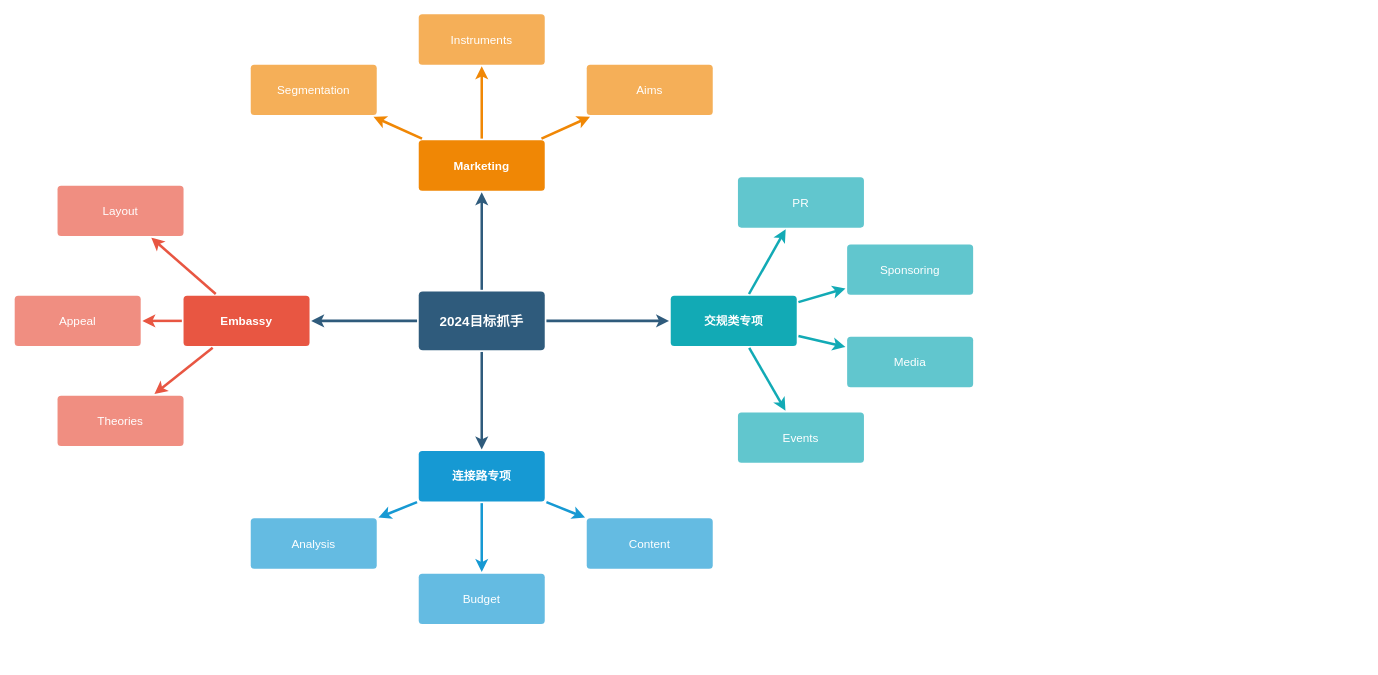
The draw.io diagram 2024工作目标抓手.drawio in chaijinsong/draw.io, before the edit. Source tidied: cells renumbered, new cells numbered last; positions are measured from the earlier drawing's top-left corner, leaving out a move shared by most shapes. Both pictures are drawn from the tidied source at 84%, with x=0, y=0 at pixel (14, 13).
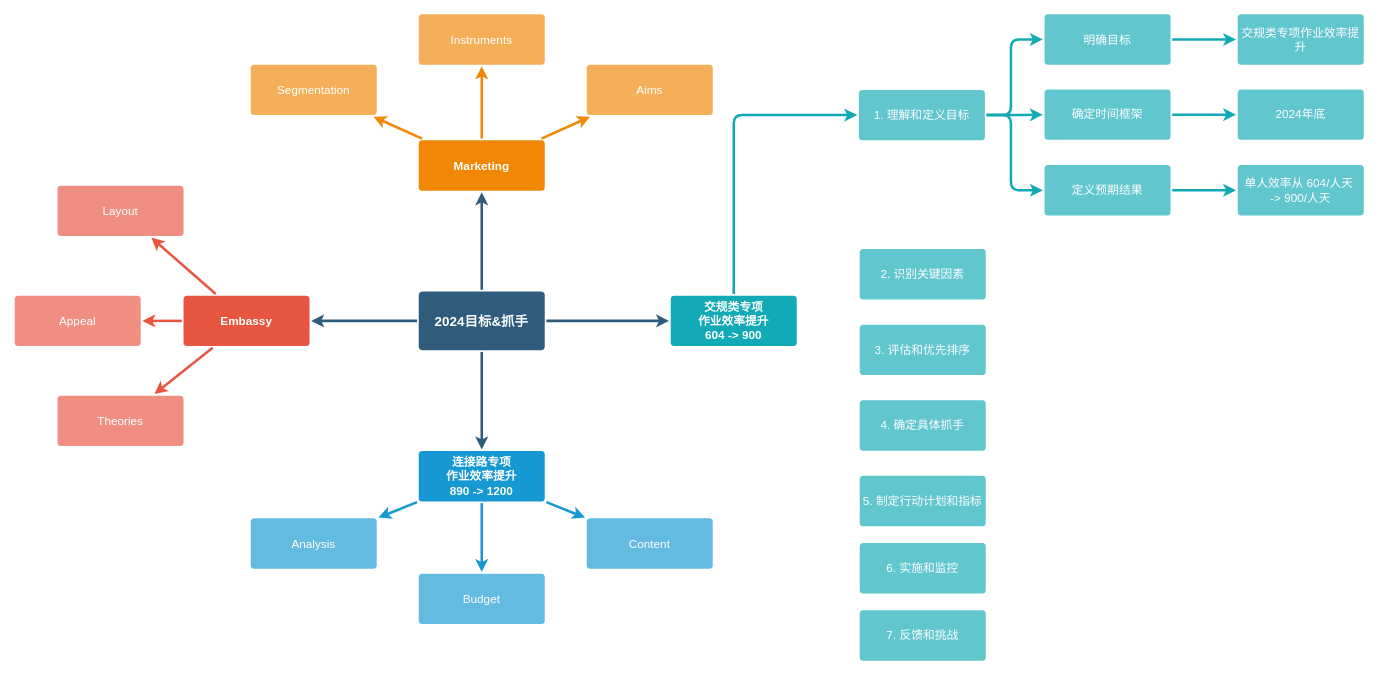
The same page after the edit.

Commit message (it also covers changes not shown here):
更新2024工作目标抓手.drawio

Change to the diagram source:
```diff
@@
-    <mxCell id="6" value="2024目标抓手" style="rounded=1;whiteSpace=wrap;html=1;shadow=0;labelBackgroundColor=none;strokeColor=none;strokeWidth=3;fillColor=#2F5B7C;fontFamily=Helvetica;fontSize=16;fontColor=#FFFFFF;align=center;fontStyle=1;spacing=5;arcSize=7;perimeterSpacing=2;" parent="1" vertex="1">
+    <mxCell id="6" value="2024目标&amp;amp;&lt;span style=&quot;background-color: initial;&quot;&gt;抓手&lt;/span&gt;" style="rounded=1;whiteSpace=wrap;html=1;shadow=0;labelBackgroundColor=none;strokeColor=none;strokeWidth=3;fillColor=#2F5B7C;fontFamily=Helvetica;fontSize=16;fontColor=#FFFFFF;align=center;fontStyle=1;spacing=5;arcSize=7;perimeterSpacing=2;" parent="1" vertex="1">
       <mxGeometry x="481" y="330.5" width="150" height="70" as="geometry" />
     </mxCell>
@@
-    <mxCell id="17" value="连接路专项" style="rounded=1;whiteSpace=wrap;html=1;shadow=0;labelBackgroundColor=none;strokeColor=none;strokeWidth=3;fillColor=#1699d3;fontFamily=Helvetica;fontSize=14;fontColor=#FFFFFF;align=center;spacing=5;fontStyle=1;arcSize=7;perimeterSpacing=2;" parent="1" vertex="1">
+    <mxCell id="17" value="连接路专项&lt;div&gt;作业效率提升&lt;/div&gt;&lt;div&gt;890 -&amp;gt; 1200&lt;/div&gt;" style="rounded=1;whiteSpace=wrap;html=1;shadow=0;labelBackgroundColor=none;strokeColor=none;strokeWidth=3;fillColor=#1699d3;fontFamily=Helvetica;fontSize=14;fontColor=#FFFFFF;align=center;spacing=5;fontStyle=1;arcSize=7;perimeterSpacing=2;" parent="1" vertex="1">
       <mxGeometry x="481" y="520.5" width="150" height="60" as="geometry" />
     </mxCell>
@@
-    <mxCell id="28" value="交规类专项" style="rounded=1;whiteSpace=wrap;html=1;shadow=0;labelBackgroundColor=none;strokeColor=none;strokeWidth=3;fillColor=#12aab5;fontFamily=Helvetica;fontSize=14;fontColor=#FFFFFF;align=center;spacing=5;fontStyle=1;arcSize=7;perimeterSpacing=2;" parent="1" vertex="1">
+    <mxCell id="28" value="交规类专项&lt;div&gt;作业效率提升&lt;/div&gt;&lt;div&gt;604 -&amp;gt; 900&lt;/div&gt;" style="rounded=1;whiteSpace=wrap;html=1;shadow=0;labelBackgroundColor=none;strokeColor=none;strokeWidth=3;fillColor=#12aab5;fontFamily=Helvetica;fontSize=14;fontColor=#FFFFFF;align=center;spacing=5;fontStyle=1;arcSize=7;perimeterSpacing=2;" parent="1" vertex="1">
       <mxGeometry x="781" y="335.5" width="150" height="60" as="geometry" />
     </mxCell>
-    <mxCell id="29" value="Events" style="rounded=1;whiteSpace=wrap;html=1;shadow=0;labelBackgroundColor=none;strokeColor=none;strokeWidth=3;fillColor=#61c6ce;fontFamily=Helvetica;fontSize=14;fontColor=#FFFFFF;align=center;spacing=5;fontStyle=0;arcSize=7;perimeterSpacing=2;" parent="1" vertex="1">
-      <mxGeometry x="861" y="474.5" width="150" height="60" as="geometry" />
-    </mxCell>
-    <mxCell id="30" style="edgeStyle=none;rounded=1;jumpStyle=none;html=1;shadow=0;labelBackgroundColor=none;startArrow=none;startFill=0;jettySize=auto;strokeColor=#12AAB5;strokeWidth=3;fontFamily=Helvetica;fontSize=14;fontColor=#FFFFFF;spacing=5;fontStyle=1;fillColor=#b0e3e6;" parent="1" edge="1" source="28" target="29">
-      <mxGeometry relative="1" as="geometry" />
-    </mxCell>
-    <mxCell id="31" value="Media" style="rounded=1;whiteSpace=wrap;html=1;shadow=0;labelBackgroundColor=none;strokeColor=none;strokeWidth=3;fillColor=#61c6ce;fontFamily=Helvetica;fontSize=14;fontColor=#FFFFFF;align=center;spacing=5;fontStyle=0;arcSize=7;perimeterSpacing=2;" parent="1" vertex="1">
-      <mxGeometry x="991" y="384.5" width="150" height="60" as="geometry" />
-    </mxCell>
-    <mxCell id="32" style="edgeStyle=none;rounded=1;jumpStyle=none;html=1;shadow=0;labelBackgroundColor=none;startArrow=none;startFill=0;jettySize=auto;strokeColor=#12AAB5;strokeWidth=3;fontFamily=Helvetica;fontSize=14;fontColor=#FFFFFF;spacing=5;fontStyle=1;fillColor=#b0e3e6;" parent="1" edge="1" source="28" target="31">
-      <mxGeometry relative="1" as="geometry" />
-    </mxCell>
-    <mxCell id="33" value="Sponsoring" style="rounded=1;whiteSpace=wrap;html=1;shadow=0;labelBackgroundColor=none;strokeColor=none;strokeWidth=3;fillColor=#61c6ce;fontFamily=Helvetica;fontSize=14;fontColor=#FFFFFF;align=center;spacing=5;fontStyle=0;arcSize=7;perimeterSpacing=2;" parent="1" vertex="1">
-      <mxGeometry x="991" y="274.5" width="150" height="60" as="geometry" />
-    </mxCell>
-    <mxCell id="34" style="edgeStyle=none;rounded=1;jumpStyle=none;html=1;shadow=0;labelBackgroundColor=none;startArrow=none;startFill=0;jettySize=auto;strokeColor=#12AAB5;strokeWidth=3;fontFamily=Helvetica;fontSize=14;fontColor=#FFFFFF;spacing=5;fontStyle=1;fillColor=#b0e3e6;" parent="1" edge="1" source="28" target="33">
-      <mxGeometry relative="1" as="geometry" />
-    </mxCell>
+    <mxCell id="37" style="edgeStyle=orthogonalEdgeStyle;rounded=1;jumpStyle=none;jettySize=auto;html=1;exitX=1;exitY=0.5;exitDx=0;exitDy=0;entryX=0;entryY=0.5;entryDx=0;entryDy=0;shadow=0;strokeColor=#12AAB5;strokeWidth=3;align=center;verticalAlign=middle;spacing=5;fontFamily=Helvetica;fontSize=14;fontColor=#FFFFFF;fontStyle=1;labelBackgroundColor=none;startArrow=none;startFill=0;endArrow=classic;fillColor=#b0e3e6;" parent="1" edge="1" source="35" target="43">
+      <mxGeometry relative="1" as="geometry" />
+    </mxCell>
+    <mxCell id="38" style="edgeStyle=orthogonalEdgeStyle;rounded=1;jumpStyle=none;jettySize=auto;html=1;exitX=1;exitY=0.5;exitDx=0;exitDy=0;entryX=0;entryY=0.5;entryDx=0;entryDy=0;shadow=0;strokeColor=#12AAB5;strokeWidth=3;align=center;verticalAlign=middle;spacing=5;fontFamily=Helvetica;fontSize=14;fontColor=#FFFFFF;fontStyle=1;labelBackgroundColor=none;startArrow=none;startFill=0;endArrow=classic;fillColor=#b0e3e6;" parent="1" edge="1" source="35" target="45">
+      <mxGeometry relative="1" as="geometry">
+        <Array as="points">
+          <mxPoint x="1186" y="121" />
+          <mxPoint x="1186" y="210" />
+        </Array>
+      </mxGeometry>
+    </mxCell>
+    <mxCell id="39" style="edgeStyle=orthogonalEdgeStyle;rounded=1;jumpStyle=none;jettySize=auto;html=1;exitX=1;exitY=0.5;exitDx=0;exitDy=0;entryX=0;entryY=0.5;entryDx=0;entryDy=0;shadow=0;strokeColor=#12AAB5;strokeWidth=3;align=center;verticalAlign=middle;spacing=5;fontFamily=Helvetica;fontSize=14;fontColor=#FFFFFF;fontStyle=1;labelBackgroundColor=none;startArrow=none;startFill=0;endArrow=classic;fillColor=#b0e3e6;flowAnimation=0;" parent="1" edge="1" source="35" target="41">
+      <mxGeometry relative="1" as="geometry">
+        <Array as="points">
+          <mxPoint x="1186" y="121" />
+          <mxPoint x="1186" y="31" />
+        </Array>
+      </mxGeometry>
+    </mxCell>
-    <mxCell id="35" value="PR" style="rounded=1;whiteSpace=wrap;html=1;shadow=0;labelBackgroundColor=none;strokeColor=none;strokeWidth=3;fillColor=#61c6ce;fontFamily=Helvetica;fontSize=14;fontColor=#FFFFFF;align=center;spacing=5;fontStyle=0;arcSize=7;perimeterSpacing=2;" parent="1" vertex="1">
-      <mxGeometry x="861" y="194.5" width="150" height="60" as="geometry" />
+    <mxCell id="35" value="1. 理解和定义目标" style="rounded=1;whiteSpace=wrap;html=1;shadow=0;labelBackgroundColor=none;strokeColor=none;strokeWidth=3;fillColor=#61c6ce;fontFamily=Helvetica;fontSize=14;fontColor=#FFFFFF;align=center;spacing=5;fontStyle=0;arcSize=7;perimeterSpacing=2;" parent="1" vertex="1">
+      <mxGeometry x="1005" y="90.5" width="150" height="60" as="geometry" />
     </mxCell>
-    <mxCell id="36" style="edgeStyle=none;rounded=1;jumpStyle=none;html=1;shadow=0;labelBackgroundColor=none;startArrow=none;startFill=0;jettySize=auto;strokeColor=#12AAB5;strokeWidth=3;fontFamily=Helvetica;fontSize=14;fontColor=#FFFFFF;spacing=5;fontStyle=1;fillColor=#b0e3e6;" parent="1" edge="1" source="28" target="35">
-      <mxGeometry relative="1" as="geometry" />
+    <mxCell id="36" style="edgeStyle=orthogonalEdgeStyle;rounded=1;jumpStyle=none;html=1;shadow=0;labelBackgroundColor=none;startArrow=none;startFill=0;jettySize=auto;strokeColor=#12AAB5;strokeWidth=3;fontFamily=Helvetica;fontSize=14;fontColor=#FFFFFF;spacing=5;fontStyle=1;fillColor=#b0e3e6;entryX=0;entryY=0.5;entryDx=0;entryDy=0;" parent="1" edge="1" source="28" target="35">
+      <mxGeometry relative="1" as="geometry">
+        <Array as="points">
+          <mxPoint x="856" y="121" />
+        </Array>
+      </mxGeometry>
     </mxCell>
+    <mxCell id="40" style="edgeStyle=orthogonalEdgeStyle;rounded=1;jumpStyle=none;jettySize=auto;html=1;shadow=0;strokeColor=#12AAB5;strokeWidth=3;align=center;verticalAlign=middle;spacing=5;fontFamily=Helvetica;fontSize=14;fontColor=#FFFFFF;fontStyle=1;labelBackgroundColor=none;startArrow=none;startFill=0;endArrow=classic;fillColor=#b0e3e6;" parent="1" edge="1" source="41" target="52">
+      <mxGeometry relative="1" as="geometry" />
+    </mxCell>
+    <mxCell id="41" value="明确目标" style="rounded=1;whiteSpace=wrap;html=1;shadow=0;labelBackgroundColor=none;strokeColor=none;strokeWidth=3;fillColor=#61c6ce;fontFamily=Helvetica;fontSize=14;fontColor=#FFFFFF;align=center;spacing=5;fontStyle=0;arcSize=7;perimeterSpacing=2;" parent="1" vertex="1">
+      <mxGeometry x="1226" y="0.5" width="150" height="60" as="geometry" />
+    </mxCell>
+    <mxCell id="42" style="edgeStyle=orthogonalEdgeStyle;rounded=1;jumpStyle=none;jettySize=auto;html=1;shadow=0;strokeColor=#12AAB5;strokeWidth=3;align=center;verticalAlign=middle;spacing=5;fontFamily=Helvetica;fontSize=14;fontColor=#FFFFFF;fontStyle=1;labelBackgroundColor=none;startArrow=none;startFill=0;endArrow=classic;fillColor=#b0e3e6;" parent="1" edge="1" source="43" target="53">
+      <mxGeometry relative="1" as="geometry" />
+    </mxCell>
+    <mxCell id="43" value="确定时间框架" style="rounded=1;whiteSpace=wrap;html=1;shadow=0;labelBackgroundColor=none;strokeColor=none;strokeWidth=3;fillColor=#61c6ce;fontFamily=Helvetica;fontSize=14;fontColor=#FFFFFF;align=center;spacing=5;fontStyle=0;arcSize=7;perimeterSpacing=2;" parent="1" vertex="1">
+      <mxGeometry x="1226" y="90" width="150" height="60" as="geometry" />
+    </mxCell>
+    <mxCell id="44" style="edgeStyle=orthogonalEdgeStyle;rounded=1;jumpStyle=none;jettySize=auto;html=1;shadow=0;strokeColor=#12AAB5;strokeWidth=3;align=center;verticalAlign=middle;spacing=5;fontFamily=Helvetica;fontSize=14;fontColor=#FFFFFF;fontStyle=1;labelBackgroundColor=none;startArrow=none;startFill=0;endArrow=classic;fillColor=#b0e3e6;" parent="1" edge="1" source="45" target="54">
+      <mxGeometry relative="1" as="geometry" />
+    </mxCell>
+    <mxCell id="45" value="定义预期结果" style="rounded=1;whiteSpace=wrap;html=1;shadow=0;labelBackgroundColor=none;strokeColor=none;strokeWidth=3;fillColor=#61c6ce;fontFamily=Helvetica;fontSize=14;fontColor=#FFFFFF;align=center;spacing=5;fontStyle=0;arcSize=7;perimeterSpacing=2;" parent="1" vertex="1">
+      <mxGeometry x="1226" y="180" width="150" height="60" as="geometry" />
+    </mxCell>
+    <mxCell id="46" value="2. 识别关键因素" style="rounded=1;whiteSpace=wrap;html=1;shadow=0;labelBackgroundColor=none;strokeColor=none;strokeWidth=3;fillColor=#61c6ce;fontFamily=Helvetica;fontSize=14;fontColor=#FFFFFF;align=center;spacing=5;fontStyle=0;arcSize=7;perimeterSpacing=2;glass=0;" parent="1" vertex="1">
+      <mxGeometry x="1006" y="280" width="150" height="60" as="geometry" />
+    </mxCell>
+    <mxCell id="47" value="3. 评估和优先排序" style="rounded=1;whiteSpace=wrap;html=1;shadow=0;labelBackgroundColor=none;strokeColor=none;strokeWidth=3;fillColor=#61c6ce;fontFamily=Helvetica;fontSize=14;fontColor=#FFFFFF;align=center;spacing=5;fontStyle=0;arcSize=7;perimeterSpacing=2;glass=0;" parent="1" vertex="1">
+      <mxGeometry x="1006" y="370" width="150" height="60" as="geometry" />
+    </mxCell>
+    <mxCell id="48" value="4. 确定具体抓手" style="rounded=1;whiteSpace=wrap;html=1;shadow=0;labelBackgroundColor=none;strokeColor=none;strokeWidth=3;fillColor=#61c6ce;fontFamily=Helvetica;fontSize=14;fontColor=#FFFFFF;align=center;spacing=5;fontStyle=0;arcSize=7;perimeterSpacing=2;glass=0;" parent="1" vertex="1">
+      <mxGeometry x="1006" y="460" width="150" height="60" as="geometry" />
+    </mxCell>
+    <mxCell id="49" value="5. 制定行动计划和指标" style="rounded=1;whiteSpace=wrap;html=1;shadow=0;labelBackgroundColor=none;strokeColor=none;strokeWidth=3;fillColor=#61c6ce;fontFamily=Helvetica;fontSize=14;fontColor=#FFFFFF;align=center;spacing=5;fontStyle=0;arcSize=7;perimeterSpacing=2;glass=0;" parent="1" vertex="1">
+      <mxGeometry x="1006" y="550" width="150" height="60" as="geometry" />
+    </mxCell>
+    <mxCell id="50" value="6. 实施和监控" style="rounded=1;whiteSpace=wrap;html=1;shadow=0;labelBackgroundColor=none;strokeColor=none;strokeWidth=3;fillColor=#61c6ce;fontFamily=Helvetica;fontSize=14;fontColor=#FFFFFF;align=center;spacing=5;fontStyle=0;arcSize=7;perimeterSpacing=2;glass=0;" parent="1" vertex="1">
+      <mxGeometry x="1006" y="630" width="150" height="60" as="geometry" />
+    </mxCell>
+    <mxCell id="51" value="7. 反馈和挑战" style="rounded=1;whiteSpace=wrap;html=1;shadow=0;labelBackgroundColor=none;strokeColor=none;strokeWidth=3;fillColor=#61c6ce;fontFamily=Helvetica;fontSize=14;fontColor=#FFFFFF;align=center;spacing=5;fontStyle=0;arcSize=7;perimeterSpacing=2;glass=0;" parent="1" vertex="1">
+      <mxGeometry x="1006" y="710" width="150" height="60" as="geometry" />
+    </mxCell>
+    <mxCell id="52" value="交规类专项作业效率提升" style="rounded=1;whiteSpace=wrap;html=1;shadow=0;labelBackgroundColor=none;strokeColor=none;strokeWidth=3;fillColor=#61c6ce;fontFamily=Helvetica;fontSize=14;fontColor=#FFFFFF;align=center;spacing=5;fontStyle=0;arcSize=7;perimeterSpacing=2;" parent="1" vertex="1">
+      <mxGeometry x="1456" y="0.5" width="150" height="60" as="geometry" />
+    </mxCell>
+    <mxCell id="53" value="2024年底" style="rounded=1;whiteSpace=wrap;html=1;shadow=0;labelBackgroundColor=none;strokeColor=none;strokeWidth=3;fillColor=#61c6ce;fontFamily=Helvetica;fontSize=14;fontColor=#FFFFFF;align=center;spacing=5;fontStyle=0;arcSize=7;perimeterSpacing=2;" parent="1" vertex="1">
+      <mxGeometry x="1456" y="90" width="150" height="60" as="geometry" />
+    </mxCell>
+    <mxCell id="54" value="单人效率从 604/人天&amp;nbsp;&lt;div&gt;-&amp;gt; 900/人天&lt;/div&gt;" style="rounded=1;whiteSpace=wrap;html=1;shadow=0;labelBackgroundColor=none;strokeColor=none;strokeWidth=3;fillColor=#61c6ce;fontFamily=Helvetica;fontSize=14;fontColor=#FFFFFF;align=center;spacing=5;fontStyle=0;arcSize=7;perimeterSpacing=2;" parent="1" vertex="1">
+      <mxGeometry x="1456" y="180" width="150" height="60" as="geometry" />
+    </mxCell>
```
